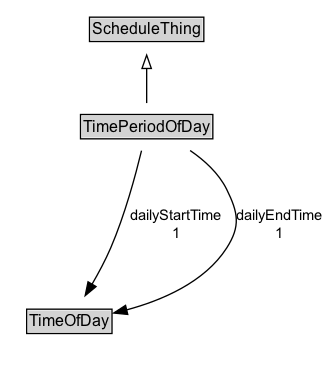
k-vaughn/ontology-its-time keeps this Graphviz diagram as docs/diagrams/TimePeriodOfDay.dot.png. Above is the earlier version. Its source is kept beside it as docs/diagrams/TimePeriodOfDay.dot.
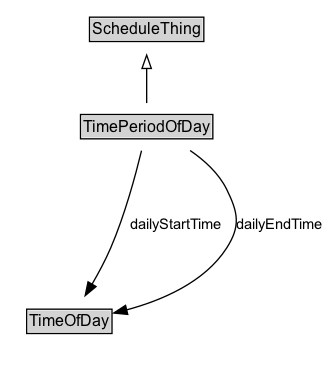
The same diagram one commit later.

Diff of the diagram source:
```diff
@@ -19,8 +19,6 @@
 	TimePeriodOfDay -> Invis [style=invis]
 	Invis -> TimeOfDay [style=invis]
 	TimeOfDay [label=<<TABLE BORDER="1" CELLBORDER="0" CELLSPACING="0" CELLPADDING="1"><TR><TD BGCOLOR="lightgray" ALIGN="CENTER">TimeOfDay</TD></TR></TABLE>> URL="../TimeOfDay" margin=0]
-	TimePeriodOfDay -> TimeOfDay [label="dailyStartTime
-1" arrowhead=normal style=solid]
-	TimePeriodOfDay -> TimeOfDay [label="dailyEndTime
-1" arrowhead=normal style=solid]
+	TimePeriodOfDay -> TimeOfDay [label=dailyStartTime arrowhead=normal style=solid]
+	TimePeriodOfDay -> TimeOfDay [label=dailyEndTime arrowhead=normal style=solid]
 }
```
